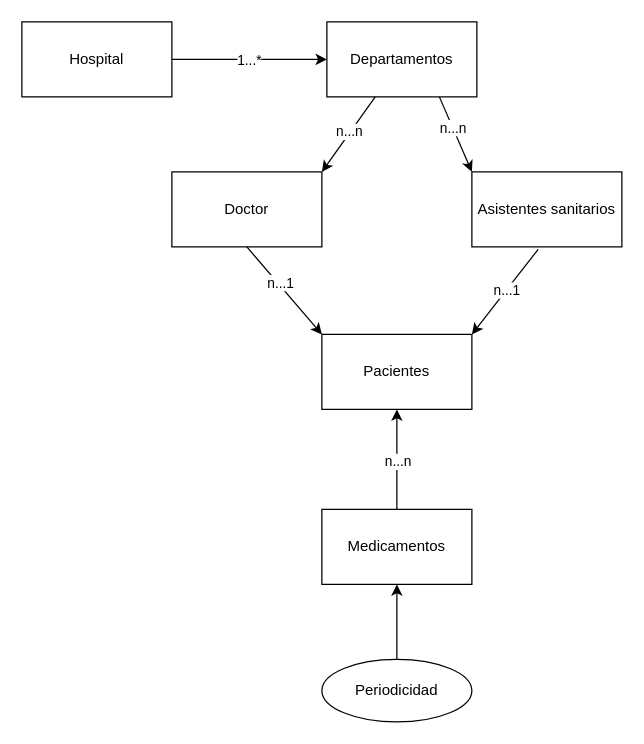
This is Drawio/HospitalEntidadRelacion.drawio from carlosalbertoparejo/ingenieriaDeSoftware, a draw.io file, before an edit. Source tidied: cells renumbered, new cells numbered last; positions are measured from the earlier drawing's top-left corner, leaving out a move shared by most shapes. Both pictures are drawn from the tidied source at 125%, with x=0, y=0 at pixel (21, 21).
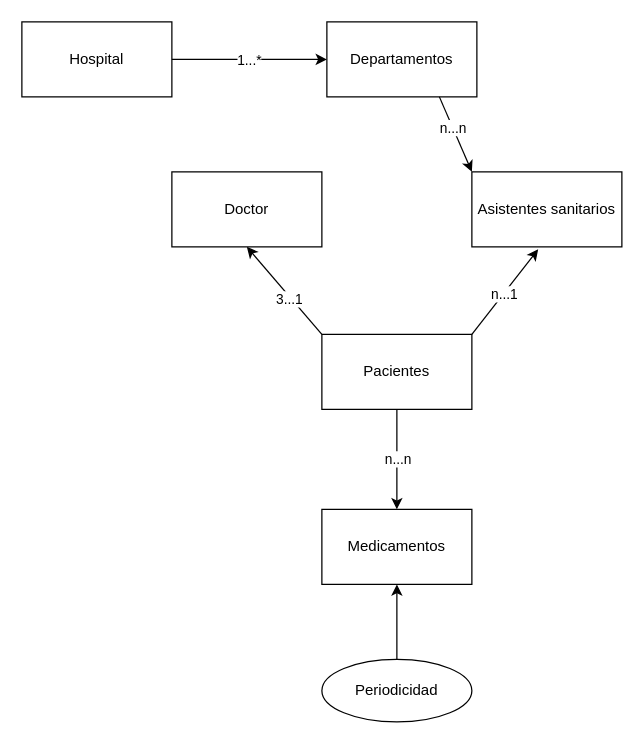
The same diagram, later.

The change refers to these unchanged cells:
```xml
<mxCell id="3" value="Pacientes" style="rounded=0;whiteSpace=wrap;html=1;" parent="1" vertex="1">
  <mxGeometry x="240" y="250" width="120" height="60" as="geometry" />
</mxCell>
<mxCell id="4" value="Departamentos" style="rounded=0;whiteSpace=wrap;html=1;" parent="1" vertex="1">
  <mxGeometry x="244" width="120" height="60" as="geometry" />
</mxCell>
<mxCell id="5" value="Doctor" style="rounded=0;whiteSpace=wrap;html=1;" parent="1" vertex="1">
  <mxGeometry x="120" y="120" width="120" height="60" as="geometry" />
</mxCell>
<mxCell id="6" value="Asistentes sanitarios" style="rounded=0;whiteSpace=wrap;html=1;" parent="1" vertex="1">
  <mxGeometry x="360" y="120" width="120" height="60" as="geometry" />
</mxCell>
<mxCell id="7" value="Medicamentos" style="rounded=0;whiteSpace=wrap;html=1;" parent="1" vertex="1">
  <mxGeometry x="240" y="390" width="120" height="60" as="geometry" />
</mxCell>
```

Diff of the diagram source:
```diff
@@
-    <mxCell id="10" style="endArrow=classic;html=1;rounded=0;entryX=1;entryY=0;entryDx=0;entryDy=0;" parent="1" edge="1" source="4" target="5">
-      <mxGeometry relative="1" as="geometry" />
-    </mxCell>
-    <mxCell id="11" value="n...n" style="edgeLabel;html=1;align=center;verticalAlign=middle;" parent="10" vertex="1">
-      <mxGeometry x="-0.05" y="-1" relative="1" as="geometry" />
-    </mxCell>
@@
-    <mxCell id="14" style="endArrow=classic;html=1;rounded=0;entryX=1;entryY=0;entryDx=0;entryDy=0;exitX=0.442;exitY=1.033;exitDx=0;exitDy=0;exitPerimeter=0;" parent="1" edge="1" source="6" target="3">
+    <mxCell id="14" style="endArrow=classic;html=1;rounded=0;entryX=0.442;entryY=1.033;entryDx=0;entryDy=0;exitX=1;exitY=0;exitDx=0;exitDy=0;entryPerimeter=0;" parent="1" edge="1" source="3" target="6">
       <mxGeometry relative="1" as="geometry" />
     </mxCell>
@@
-    <mxCell id="16" style="endArrow=classic;html=1;rounded=0;entryX=0;entryY=0;entryDx=0;entryDy=0;exitX=0.5;exitY=1;exitDx=0;exitDy=0;" parent="1" edge="1" source="5" target="3">
+    <mxCell id="16" style="endArrow=classic;html=1;rounded=0;entryX=0.5;entryY=1;entryDx=0;entryDy=0;exitX=0;exitY=0;exitDx=0;exitDy=0;" parent="1" edge="1" source="3" target="5">
       <mxGeometry relative="1" as="geometry" />
     </mxCell>
-    <mxCell id="17" value="n...1" style="edgeLabel;html=1;align=center;verticalAlign=middle;" parent="16" vertex="1">
+    <mxCell id="17" value="3...1" style="edgeLabel;html=1;align=center;verticalAlign=middle;" parent="16" vertex="1">
       <mxGeometry x="-0.16" y="1" relative="1" as="geometry" />
     </mxCell>
@@
-    <mxCell id="20" style="endArrow=classic;html=1;rounded=0;entryX=0.5;entryY=1;entryDx=0;entryDy=0;exitX=0.5;exitY=0;exitDx=0;exitDy=0;" parent="1" edge="1" source="7" target="3">
+    <mxCell id="20" style="endArrow=classic;html=1;rounded=0;entryX=0.5;entryY=0;entryDx=0;entryDy=0;exitX=0.5;exitY=1;exitDx=0;exitDy=0;" parent="1" edge="1" source="3" target="7">
       <mxGeometry relative="1" as="geometry" />
     </mxCell>
```
